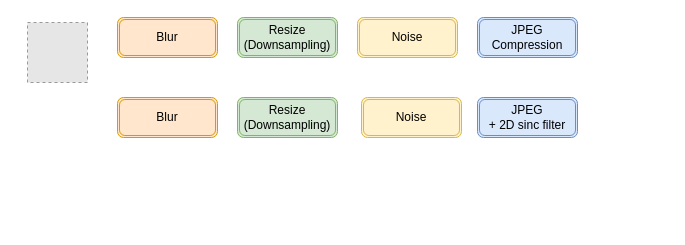
This is second-order-degradation.drawio from zhaoyangkun/draw.io, a draw.io file, before an edit. Source tidied: cells renumbered, new cells numbered last; positions are measured from the earlier drawing's top-left corner, leaving out a move shared by most shapes. Both pictures are drawn from the tidied source at 100%, with x=0, y=0 at pixel (27, 17). Pictures stored in the file or linked from it are replaced by grey dashed boxes.
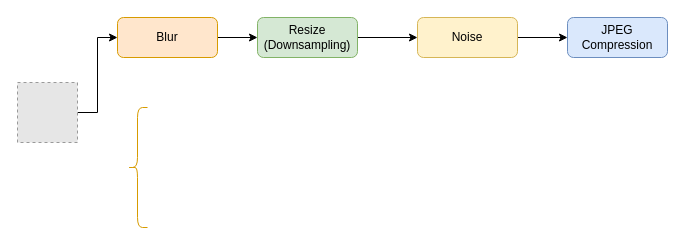
The same page after the edit.

Change to the diagram source:
```diff
@@
 <mxGraphModel>
   <root>
     <mxCell id="0" />
     <mxCell id="1" parent="0" />
+    <mxCell id="11" style="edgeStyle=orthogonalEdgeStyle;rounded=0;jettySize=auto;html=1;entryX=0;entryY=0.5;entryDx=0;entryDy=0;fontFamily=Helvetica;fontSize=12;fontColor=default;" parent="1" edge="1" source="2" target="13">
+      <mxGeometry relative="1" as="geometry" />
+    </mxCell>
     <mxCell id="2" style="fillColor=#E6E6E6;strokeColor=#999999;dashed=1;verticalLabelPosition=bottom;labelBackgroundColor=default;verticalAlign=top;" parent="1" vertex="1">
-      <mxGeometry y="5" width="60" height="60" as="geometry" />
+      <mxGeometry x="-10" y="65" width="60" height="60" as="geometry" />
     </mxCell>
-    <mxCell id="3" value="Resize&lt;br&gt;(Downsampling)" style="shape=ext;double=1;rounded=1;whiteSpace=wrap;html=1;fillColor=#d5e8d4;strokeColor=#82b366;" parent="1" vertex="1">
-      <mxGeometry x="210" width="100" height="40" as="geometry" />
-    </mxCell>
-    <mxCell id="4" value="Noise" style="shape=ext;double=1;rounded=1;whiteSpace=wrap;html=1;fillColor=#fff2cc;strokeColor=#d6b656;" parent="1" vertex="1">
-      <mxGeometry x="330" width="100" height="40" as="geometry" />
-    </mxCell>
+    <mxCell id="12" style="edgeStyle=orthogonalEdgeStyle;rounded=0;jettySize=auto;html=1;fontFamily=Helvetica;fontSize=12;fontColor=default;" parent="1" edge="1" source="13" target="15">
+      <mxGeometry relative="1" as="geometry" />
+    </mxCell>
+    <mxCell id="13" value="Blur" style="rounded=1;whiteSpace=wrap;html=1;fontFamily=Helvetica;fontSize=12;fontColor=default;strokeColor=#d79b00;fillColor=#ffe6cc;" parent="1" vertex="1">
+      <mxGeometry x="90" width="100" height="40" as="geometry" />
+    </mxCell>
+    <mxCell id="14" style="edgeStyle=orthogonalEdgeStyle;rounded=0;jettySize=auto;html=1;exitX=1;exitY=0.5;exitDx=0;exitDy=0;entryX=0;entryY=0.5;entryDx=0;entryDy=0;fontFamily=Helvetica;fontSize=12;fontColor=default;" parent="1" edge="1" source="15" target="17">
+      <mxGeometry relative="1" as="geometry" />
+    </mxCell>
+    <mxCell id="15" value="Resize&lt;br&gt;(Downsampling)" style="rounded=1;whiteSpace=wrap;html=1;fontFamily=Helvetica;fontSize=12;strokeColor=#82b366;fillColor=#d5e8d4;" parent="1" vertex="1">
+      <mxGeometry x="230" width="100" height="40" as="geometry" />
+    </mxCell>
+    <mxCell id="16" style="edgeStyle=orthogonalEdgeStyle;rounded=0;jettySize=auto;html=1;exitX=1;exitY=0.5;exitDx=0;exitDy=0;fontFamily=Helvetica;fontSize=12;fontColor=default;" parent="1" edge="1" source="17" target="5">
+      <mxGeometry relative="1" as="geometry" />
+    </mxCell>
+    <mxCell id="17" value="Noise" style="rounded=1;whiteSpace=wrap;html=1;fontFamily=Helvetica;fontSize=12;strokeColor=#d6b656;fillColor=#fff2cc;" parent="1" vertex="1">
+      <mxGeometry x="390" width="100" height="40" as="geometry" />
+    </mxCell>
-    <mxCell id="5" value="JPEG&lt;br&gt;Compression" style="shape=ext;double=1;rounded=1;whiteSpace=wrap;html=1;fillColor=#dae8fc;strokeColor=#6c8ebf;" parent="1" vertex="1">
-      <mxGeometry x="450" width="100" height="40" as="geometry" />
+    <mxCell id="5" value="JPEG&lt;br&gt;Compression" style="rounded=1;whiteSpace=wrap;html=1;fontFamily=Helvetica;fontSize=12;strokeColor=#6c8ebf;fillColor=#dae8fc;" parent="1" vertex="1">
+      <mxGeometry x="540" width="100" height="40" as="geometry" />
     </mxCell>
-    <mxCell id="6" value="Blur" style="shape=ext;double=1;rounded=1;whiteSpace=wrap;html=1;fillColor=#ffe6cc;strokeColor=#d79b00;" parent="1" vertex="1">
-      <mxGeometry x="90" y="80" width="100" height="40" as="geometry" />
-    </mxCell>
-    <mxCell id="7" value="Resize&lt;br&gt;(Downsampling)" style="shape=ext;double=1;rounded=1;whiteSpace=wrap;html=1;fillColor=#d5e8d4;strokeColor=#82b366;" parent="1" vertex="1">
-      <mxGeometry x="210" y="80" width="100" height="40" as="geometry" />
-    </mxCell>
-    <mxCell id="8" value="Noise" style="shape=ext;double=1;rounded=1;whiteSpace=wrap;html=1;fillColor=#fff2cc;strokeColor=#d6b656;" parent="1" vertex="1">
-      <mxGeometry x="334" y="80" width="100" height="40" as="geometry" />
-    </mxCell>
-    <mxCell id="9" value="JPEG&lt;br&gt;+ 2D sinc filter" style="shape=ext;double=1;rounded=1;whiteSpace=wrap;html=1;fillColor=#dae8fc;strokeColor=#6c8ebf;" parent="1" vertex="1">
-      <mxGeometry x="450" y="80" width="100" height="40" as="geometry" />
-    </mxCell>
-    <mxCell id="10" value="Blur" style="shape=ext;double=1;rounded=1;whiteSpace=wrap;html=1;fillColor=#ffe6cc;strokeColor=#d79b00;" parent="1" vertex="1">
-      <mxGeometry x="90" width="100" height="40" as="geometry" />
-    </mxCell>
+    <mxCell id="18" style="shape=curlyBracket;whiteSpace=wrap;html=1;rounded=1;fontFamily=Helvetica;fontSize=12;fontColor=default;strokeColor=#d79b00;fillColor=#ffe6cc;" parent="1" vertex="1">
+      <mxGeometry x="100" y="90" width="20" height="120" as="geometry" />
+    </mxCell>
   </root>
 </mxGraphModel>
```
